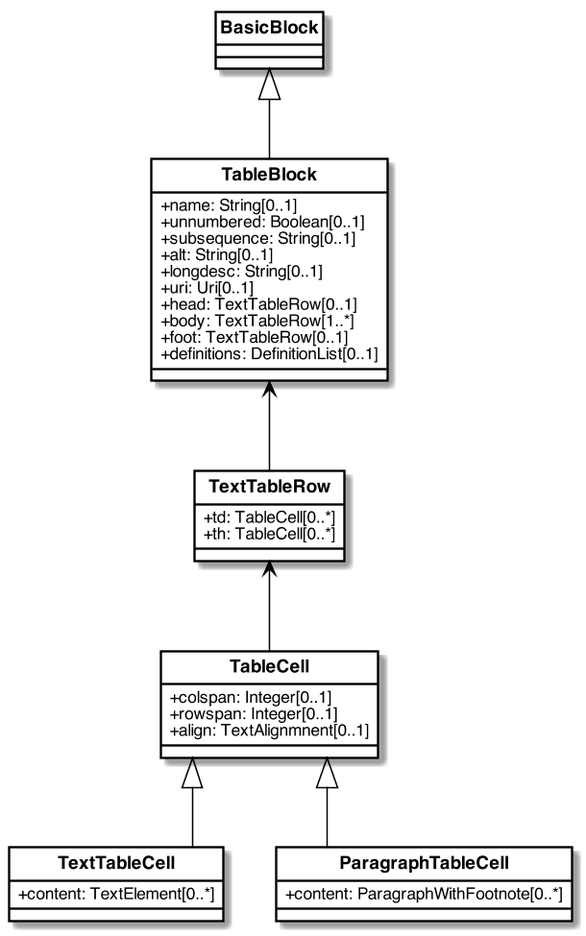
metanorma/basicdoc-models keeps this PlantUML diagram as images/Tables.png. Above is the earlier version.
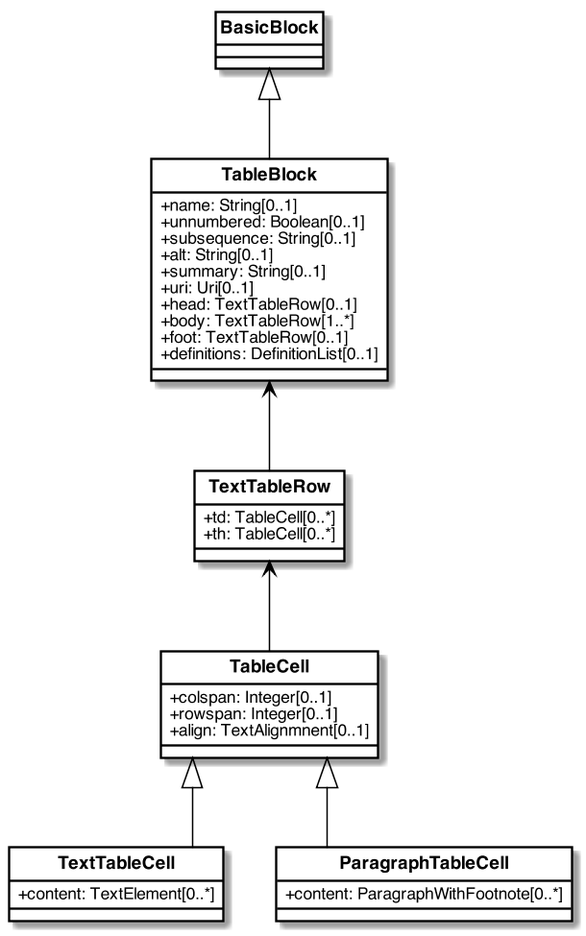
After the commit.

Commit message:
tables/@summary

The edit, as a diff of the source:
```diff
@@ -49,7 +49,7 @@
     +unnumbered: Boolean[0..1]
     +subsequence: String[0..1]
     +alt: String[0..1]
-    +longdesc: String[0..1]
+    +summary: String[0..1]
     +uri: Uri[0..1]
     +head: TextTableRow[0..1]
     +body: TextTableRow[1..*]
```
